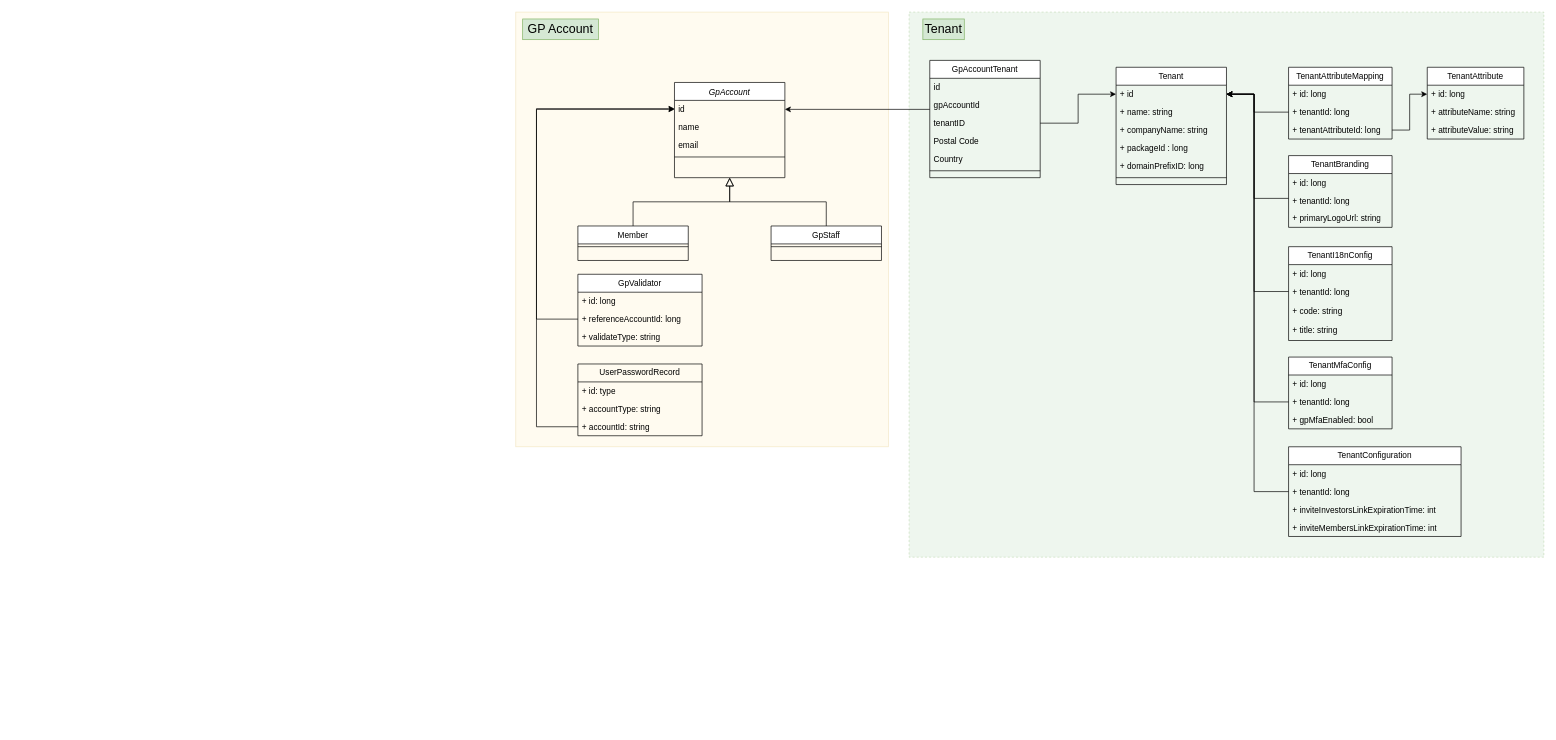
Earlier version of the draw.io diagram account.drawio (fast-dev/fast-dev.github.io). Source tidied: cells renumbered, new cells numbered last; positions are measured from the earlier drawing's top-left corner, leaving out a move shared by most shapes. Both pictures are drawn from the tidied source at 69%, with x=0, y=0 at pixel (515, 12).
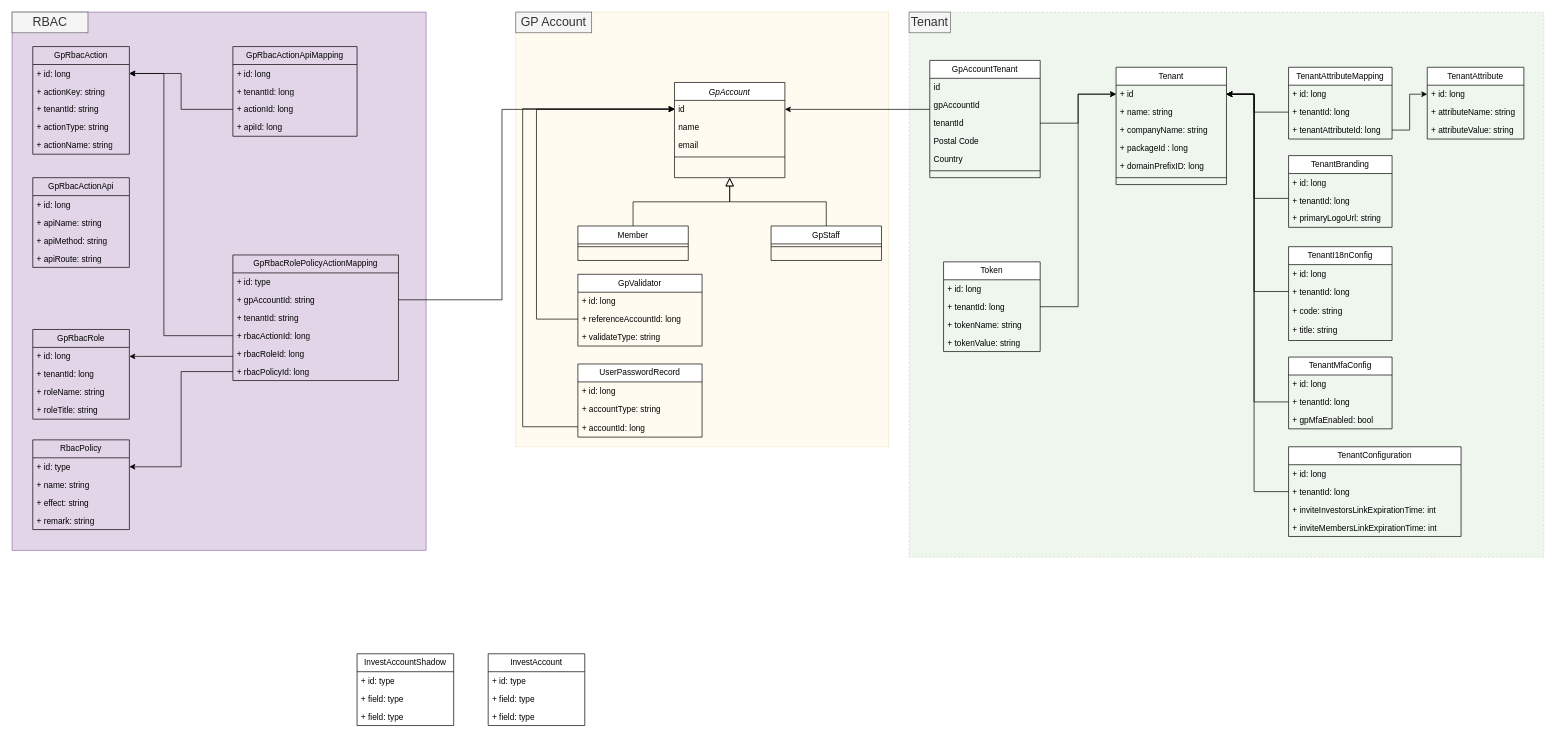
After the change.

Unchanged cells that the change refers to:
```xml
<mxCell id="5" value="id" style="text;align=left;verticalAlign=top;spacingLeft=4;spacingRight=4;overflow=hidden;points=[[0,0.5],[1,0.5]];portConstraint=eastwest;" parent="4" vertex="1">
  <mxGeometry y="26" width="160" height="26" as="geometry" />
</mxCell>
<mxCell id="15" value="GpAccountTenant" style="swimlane;fontStyle=0;align=center;verticalAlign=top;horizontal=1;startSize=26;rounded=0;shadow=0;strokeWidth=1;" parent="1" vertex="1">
  <mxGeometry x="600" y="70" width="160" height="170" as="geometry" />
</mxCell>
<mxCell id="23" value="+ id" style="text;align=left;verticalAlign=top;spacingLeft=4;spacingRight=4;overflow=hidden;points=[[0,0.5],[1,0.5]];portConstraint=eastwest;" parent="22" vertex="1">
  <mxGeometry y="26" width="160" height="26" as="geometry" />
</mxCell>
```

The edit, as a diff of the source:
```diff
@@
+    <mxCell id="75" style="rounded=0;whiteSpace=wrap;html=1;fillColor=#e1d5e7;strokeColor=#9673a6;" parent="1" vertex="1">
+      <mxGeometry x="-730" width="600" height="780" as="geometry" />
+    </mxCell>
@@
-    <mxCell id="18" value="tenantID" style="text;align=left;verticalAlign=top;spacingLeft=4;spacingRight=4;overflow=hidden;points=[[0,0.5],[1,0.5]];portConstraint=eastwest;rounded=0;shadow=0;html=0;" parent="15" vertex="1">
+    <mxCell id="18" value="tenantId" style="text;align=left;verticalAlign=top;spacingLeft=4;spacingRight=4;overflow=hidden;points=[[0,0.5],[1,0.5]];portConstraint=eastwest;rounded=0;shadow=0;html=0;" parent="15" vertex="1">
       <mxGeometry y="78" width="160" height="26" as="geometry" />
     </mxCell>
@@
-    <mxCell id="63" value="Tenant" style="text;html=1;strokeColor=#82b366;fillColor=#d5e8d4;align=center;verticalAlign=middle;whiteSpace=wrap;rounded=0;fontSize=18;" parent="1" vertex="1">
-      <mxGeometry x="590" y="10" width="60" height="30" as="geometry" />
+    <mxCell id="63" value="Tenant" style="text;html=1;strokeColor=#666666;fillColor=#f5f5f5;align=center;verticalAlign=middle;whiteSpace=wrap;rounded=0;fontSize=18;fontColor=#333333;" parent="1" vertex="1">
+      <mxGeometry x="570" width="60" height="30" as="geometry" />
     </mxCell>
-    <mxCell id="64" value="GP Account" style="text;html=1;strokeColor=#82b366;fillColor=#d5e8d4;align=center;verticalAlign=middle;whiteSpace=wrap;rounded=0;fontSize=18;" parent="1" vertex="1">
-      <mxGeometry x="10" y="10" width="110" height="30" as="geometry" />
+    <mxCell id="64" value="GP Account" style="text;html=1;strokeColor=#666666;fillColor=#f5f5f5;align=center;verticalAlign=middle;whiteSpace=wrap;rounded=0;fontSize=18;fontColor=#333333;" parent="1" vertex="1">
+      <mxGeometry width="110" height="30" as="geometry" />
     </mxCell>
@@
-    <mxCell id="70" value="UserPasswordRecord" style="swimlane;fontStyle=0;horizontal=1;startSize=26;fillColor=none;whiteSpace=wrap;html=1;" parent="1" vertex="1">
-      <mxGeometry x="90" y="510" width="180" height="104" as="geometry" />
+    <mxCell id="70" value="UserPasswordRecord" style="swimlane;fontStyle=0;horizontal=1;startSize=26;whiteSpace=wrap;html=1;" parent="1" vertex="1">
+      <mxGeometry x="90" y="510" width="180" height="106" as="geometry" />
     </mxCell>
-    <mxCell id="71" value="+ id: type" style="text;strokeColor=none;fillColor=none;align=left;verticalAlign=top;spacingLeft=4;spacingRight=4;overflow=hidden;whiteSpace=wrap;html=1;" parent="70" vertex="1">
+    <mxCell id="71" value="+ id: long" style="text;strokeColor=none;fillColor=none;align=left;verticalAlign=top;spacingLeft=4;spacingRight=4;overflow=hidden;whiteSpace=wrap;html=1;" parent="70" vertex="1">
       <mxGeometry y="26" width="180" height="26" as="geometry" />
     </mxCell>
     <mxCell id="72" value="+ accountType: string" style="text;strokeColor=none;fillColor=none;align=left;verticalAlign=top;spacingLeft=4;spacingRight=4;overflow=hidden;whiteSpace=wrap;html=1;" parent="70" vertex="1">
-      <mxGeometry y="52" width="180" height="26" as="geometry" />
+      <mxGeometry y="52" width="180" height="28" as="geometry" />
     </mxCell>
-    <mxCell id="73" value="+ accountId: string" style="text;strokeColor=none;fillColor=none;align=left;verticalAlign=top;spacingLeft=4;spacingRight=4;overflow=hidden;points=[[0,0.5],[1,0.5]];portConstraint=eastwest;whiteSpace=wrap;html=1;" parent="70" vertex="1">
-      <mxGeometry y="78" width="180" height="26" as="geometry" />
+    <mxCell id="73" value="+ accountId: long" style="text;strokeColor=none;fillColor=none;align=left;verticalAlign=top;spacingLeft=4;spacingRight=4;overflow=hidden;points=[[0,0.5],[1,0.5]];portConstraint=eastwest;whiteSpace=wrap;html=1;" parent="70" vertex="1">
+      <mxGeometry y="80" width="180" height="26" as="geometry" />
     </mxCell>
     <mxCell id="74" style="edgeStyle=orthogonalEdgeStyle;rounded=0;jettySize=auto;html=1;" parent="1" edge="1" source="73" target="5">
       <mxGeometry relative="1" as="geometry">
         <Array as="points">
-          <mxPoint x="30" y="601" />
-          <mxPoint x="30" y="140" />
+          <mxPoint x="10" y="601" />
+          <mxPoint x="10" y="140" />
         </Array>
       </mxGeometry>
     </mxCell>
+    <mxCell id="76" value="GpRbacAction" style="swimlane;fontStyle=0;horizontal=1;startSize=26;fillColor=none;whiteSpace=wrap;html=1;" parent="1" vertex="1">
+      <mxGeometry x="-700" y="50" width="140" height="156" as="geometry" />
+    </mxCell>
+    <mxCell id="77" value="+ id: long" style="text;strokeColor=none;fillColor=none;align=left;verticalAlign=top;spacingLeft=4;spacingRight=4;overflow=hidden;points=[[0,0.5],[1,0.5]];portConstraint=eastwest;whiteSpace=wrap;html=1;" parent="76" vertex="1">
+      <mxGeometry y="26" width="140" height="26" as="geometry" />
+    </mxCell>
+    <mxCell id="78" value="+ actionKey: string" style="text;strokeColor=none;fillColor=none;align=left;verticalAlign=top;spacingLeft=4;spacingRight=4;overflow=hidden;whiteSpace=wrap;html=1;" parent="76" vertex="1">
+      <mxGeometry y="52" width="140" height="26" as="geometry" />
+    </mxCell>
+    <mxCell id="79" value="+ tenantId: string" style="text;strokeColor=none;fillColor=none;align=left;verticalAlign=top;spacingLeft=4;spacingRight=4;overflow=hidden;whiteSpace=wrap;html=1;" parent="76" vertex="1">
+      <mxGeometry y="78" width="140" height="26" as="geometry" />
+    </mxCell>
+    <mxCell id="80" value="+ actionType: string" style="text;strokeColor=none;fillColor=none;align=left;verticalAlign=top;spacingLeft=4;spacingRight=4;overflow=hidden;whiteSpace=wrap;html=1;" parent="76" vertex="1">
+      <mxGeometry y="104" width="140" height="26" as="geometry" />
+    </mxCell>
+    <mxCell id="81" value="+ actionName: string" style="text;strokeColor=none;fillColor=none;align=left;verticalAlign=top;spacingLeft=4;spacingRight=4;overflow=hidden;whiteSpace=wrap;html=1;" parent="76" vertex="1">
+      <mxGeometry y="130" width="140" height="26" as="geometry" />
+    </mxCell>
+    <mxCell id="82" value="GpRbacRole" style="swimlane;fontStyle=0;horizontal=1;startSize=26;fillColor=none;whiteSpace=wrap;html=1;" parent="1" vertex="1">
+      <mxGeometry x="-700" y="460" width="140" height="130" as="geometry" />
+    </mxCell>
+    <mxCell id="83" value="+ id: long" style="text;strokeColor=none;fillColor=none;align=left;verticalAlign=top;spacingLeft=4;spacingRight=4;overflow=hidden;points=[[0,0.5],[1,0.5]];portConstraint=eastwest;whiteSpace=wrap;html=1;" parent="82" vertex="1">
+      <mxGeometry y="26" width="140" height="26" as="geometry" />
+    </mxCell>
+    <mxCell id="84" value="+ tenantId: long" style="text;strokeColor=none;fillColor=none;align=left;verticalAlign=top;spacingLeft=4;spacingRight=4;overflow=hidden;whiteSpace=wrap;html=1;" parent="82" vertex="1">
+      <mxGeometry y="52" width="140" height="26" as="geometry" />
+    </mxCell>
+    <mxCell id="85" value="+ roleName: string" style="text;strokeColor=none;fillColor=none;align=left;verticalAlign=top;spacingLeft=4;spacingRight=4;overflow=hidden;whiteSpace=wrap;html=1;" parent="82" vertex="1">
+      <mxGeometry y="78" width="140" height="26" as="geometry" />
+    </mxCell>
+    <mxCell id="86" value="+ roleTitle: string" style="text;strokeColor=none;fillColor=none;align=left;verticalAlign=top;spacingLeft=4;spacingRight=4;overflow=hidden;whiteSpace=wrap;html=1;" parent="82" vertex="1">
+      <mxGeometry y="104" width="140" height="26" as="geometry" />
+    </mxCell>
+    <mxCell id="87" value="GpRbacActionApi" style="swimlane;fontStyle=0;horizontal=1;startSize=26;fillColor=none;whiteSpace=wrap;html=1;" parent="1" vertex="1">
+      <mxGeometry x="-700" y="240" width="140" height="130" as="geometry" />
+    </mxCell>
+    <mxCell id="88" value="+ id: long" style="text;strokeColor=none;fillColor=none;align=left;verticalAlign=top;spacingLeft=4;spacingRight=4;overflow=hidden;whiteSpace=wrap;html=1;" parent="87" vertex="1">
+      <mxGeometry y="26" width="140" height="26" as="geometry" />
+    </mxCell>
+    <mxCell id="89" value="+ apiName: string" style="text;strokeColor=none;fillColor=none;align=left;verticalAlign=top;spacingLeft=4;spacingRight=4;overflow=hidden;whiteSpace=wrap;html=1;" parent="87" vertex="1">
+      <mxGeometry y="52" width="140" height="26" as="geometry" />
+    </mxCell>
+    <mxCell id="90" value="+ apiMethod: string" style="text;strokeColor=none;fillColor=none;align=left;verticalAlign=top;spacingLeft=4;spacingRight=4;overflow=hidden;whiteSpace=wrap;html=1;" parent="87" vertex="1">
+      <mxGeometry y="78" width="140" height="26" as="geometry" />
+    </mxCell>
+    <mxCell id="91" value="+ apiRoute: string" style="text;strokeColor=none;fillColor=none;align=left;verticalAlign=top;spacingLeft=4;spacingRight=4;overflow=hidden;whiteSpace=wrap;html=1;" parent="87" vertex="1">
+      <mxGeometry y="104" width="140" height="26" as="geometry" />
+    </mxCell>
+    <mxCell id="92" value="GpRbacActionApiMapping" style="swimlane;fontStyle=0;horizontal=1;startSize=26;fillColor=none;whiteSpace=wrap;html=1;" parent="1" vertex="1">
+      <mxGeometry x="-410" y="50" width="180" height="130" as="geometry" />
+    </mxCell>
+    <mxCell id="93" value="+ id: long" style="text;strokeColor=none;fillColor=none;align=left;verticalAlign=top;spacingLeft=4;spacingRight=4;overflow=hidden;whiteSpace=wrap;html=1;" parent="92" vertex="1">
+      <mxGeometry y="26" width="180" height="26" as="geometry" />
+    </mxCell>
+    <mxCell id="94" value="+ tenantId: long" style="text;strokeColor=none;fillColor=none;align=left;verticalAlign=top;spacingLeft=4;spacingRight=4;overflow=hidden;whiteSpace=wrap;html=1;" parent="92" vertex="1">
+      <mxGeometry y="52" width="180" height="26" as="geometry" />
+    </mxCell>
+    <mxCell id="95" value="+ actionId: long" style="text;strokeColor=none;fillColor=none;align=left;verticalAlign=top;spacingLeft=4;spacingRight=4;overflow=hidden;points=[[0,0.5],[1,0.5]];portConstraint=eastwest;whiteSpace=wrap;html=1;" parent="92" vertex="1">
+      <mxGeometry y="78" width="180" height="26" as="geometry" />
+    </mxCell>
+    <mxCell id="96" value="+ apiId: long" style="text;strokeColor=none;fillColor=none;align=left;verticalAlign=top;spacingLeft=4;spacingRight=4;overflow=hidden;whiteSpace=wrap;html=1;" parent="92" vertex="1">
+      <mxGeometry y="104" width="180" height="26" as="geometry" />
+    </mxCell>
+    <mxCell id="97" value="GpRbacRolePolicyActionMapping" style="swimlane;fontStyle=0;horizontal=1;startSize=26;fillColor=none;whiteSpace=wrap;html=1;" parent="1" vertex="1">
+      <mxGeometry x="-410" y="352" width="240" height="182" as="geometry" />
+    </mxCell>
+    <mxCell id="98" value="+ id: type" style="text;strokeColor=none;fillColor=none;align=left;verticalAlign=top;spacingLeft=4;spacingRight=4;overflow=hidden;whiteSpace=wrap;html=1;" parent="97" vertex="1">
+      <mxGeometry y="26" width="240" height="26" as="geometry" />
+    </mxCell>
+    <mxCell id="99" value="+ gpAccountId: string" style="text;strokeColor=none;fillColor=none;align=left;verticalAlign=top;spacingLeft=4;spacingRight=4;overflow=hidden;points=[[0,0.5],[1,0.5]];portConstraint=eastwest;whiteSpace=wrap;html=1;" parent="97" vertex="1">
+      <mxGeometry y="52" width="240" height="26" as="geometry" />
+    </mxCell>
+    <mxCell id="100" value="+ tenantId: string" style="text;strokeColor=none;fillColor=none;align=left;verticalAlign=top;spacingLeft=4;spacingRight=4;overflow=hidden;whiteSpace=wrap;html=1;" parent="97" vertex="1">
+      <mxGeometry y="78" width="240" height="26" as="geometry" />
+    </mxCell>
+    <mxCell id="101" value="+ rbacActionId: long" style="text;strokeColor=none;fillColor=none;align=left;verticalAlign=top;spacingLeft=4;spacingRight=4;overflow=hidden;points=[[0,0.5],[1,0.5]];portConstraint=eastwest;whiteSpace=wrap;html=1;" parent="97" vertex="1">
+      <mxGeometry y="104" width="240" height="26" as="geometry" />
+    </mxCell>
+    <mxCell id="102" value="+ rbacRoleId: long" style="text;strokeColor=none;fillColor=none;align=left;verticalAlign=top;spacingLeft=4;spacingRight=4;overflow=hidden;points=[[0,0.5],[1,0.5]];portConstraint=eastwest;whiteSpace=wrap;html=1;" parent="97" vertex="1">
+      <mxGeometry y="130" width="240" height="26" as="geometry" />
+    </mxCell>
+    <mxCell id="103" value="+ rbacPolicyId: long" style="text;strokeColor=none;fillColor=none;align=left;verticalAlign=top;spacingLeft=4;spacingRight=4;overflow=hidden;points=[[0,0.5],[1,0.5]];portConstraint=eastwest;whiteSpace=wrap;html=1;" parent="97" vertex="1">
+      <mxGeometry y="156" width="240" height="26" as="geometry" />
+    </mxCell>
+    <mxCell id="104" style="edgeStyle=orthogonalEdgeStyle;rounded=0;jettySize=auto;html=1;entryX=1;entryY=0.5;entryDx=0;entryDy=0;" parent="1" edge="1" source="102" target="83">
+      <mxGeometry relative="1" as="geometry">
+        <Array as="points">
+          <mxPoint x="-540" y="499" />
+          <mxPoint x="-540" y="499" />
+        </Array>
+      </mxGeometry>
+    </mxCell>
+    <mxCell id="105" value="RbacPolicy" style="swimlane;fontStyle=0;horizontal=1;startSize=26;fillColor=none;whiteSpace=wrap;html=1;" parent="1" vertex="1">
+      <mxGeometry x="-700" y="620" width="140" height="130" as="geometry" />
+    </mxCell>
+    <mxCell id="106" value="+ id: type" style="text;strokeColor=none;fillColor=none;align=left;verticalAlign=top;spacingLeft=4;spacingRight=4;overflow=hidden;points=[[0,0.5],[1,0.5]];portConstraint=eastwest;whiteSpace=wrap;html=1;" parent="105" vertex="1">
+      <mxGeometry y="26" width="140" height="26" as="geometry" />
+    </mxCell>
+    <mxCell id="107" value="+ name: string" style="text;strokeColor=none;fillColor=none;align=left;verticalAlign=top;spacingLeft=4;spacingRight=4;overflow=hidden;whiteSpace=wrap;html=1;" parent="105" vertex="1">
+      <mxGeometry y="52" width="140" height="26" as="geometry" />
+    </mxCell>
+    <mxCell id="108" value="+ effect: string" style="text;strokeColor=none;fillColor=none;align=left;verticalAlign=top;spacingLeft=4;spacingRight=4;overflow=hidden;whiteSpace=wrap;html=1;" parent="105" vertex="1">
+      <mxGeometry y="78" width="140" height="26" as="geometry" />
+    </mxCell>
+    <mxCell id="109" value="+ remark: string" style="text;strokeColor=none;fillColor=none;align=left;verticalAlign=top;spacingLeft=4;spacingRight=4;overflow=hidden;whiteSpace=wrap;html=1;" parent="105" vertex="1">
+      <mxGeometry y="104" width="140" height="26" as="geometry" />
+    </mxCell>
+    <mxCell id="110" style="edgeStyle=orthogonalEdgeStyle;rounded=0;jettySize=auto;html=1;entryX=1;entryY=0.5;entryDx=0;entryDy=0;" parent="1" edge="1" source="103" target="106">
+      <mxGeometry relative="1" as="geometry" />
+    </mxCell>
+    <mxCell id="111" style="edgeStyle=orthogonalEdgeStyle;rounded=0;jettySize=auto;html=1;entryX=1;entryY=0.5;entryDx=0;entryDy=0;" parent="1" edge="1" source="101" target="77">
+      <mxGeometry relative="1" as="geometry">
+        <Array as="points">
+          <mxPoint x="-510" y="469" />
+          <mxPoint x="-510" y="89" />
+        </Array>
+      </mxGeometry>
+    </mxCell>
+    <mxCell id="112" style="edgeStyle=orthogonalEdgeStyle;rounded=0;jettySize=auto;html=1;entryX=1;entryY=0.5;entryDx=0;entryDy=0;" parent="1" edge="1" source="95" target="77">
+      <mxGeometry relative="1" as="geometry">
+        <Array as="points">
+          <mxPoint x="-485" y="141" />
+          <mxPoint x="-485" y="89" />
+        </Array>
+      </mxGeometry>
+    </mxCell>
+    <mxCell id="113" style="edgeStyle=orthogonalEdgeStyle;rounded=0;jettySize=auto;html=1;entryX=0;entryY=0.5;entryDx=0;entryDy=0;" parent="1" edge="1" source="99" target="5">
+      <mxGeometry relative="1" as="geometry">
+        <Array as="points">
+          <mxPoint x="-20" y="417" />
+          <mxPoint x="-20" y="141" />
+        </Array>
+      </mxGeometry>
+    </mxCell>
+    <mxCell id="114" value="RBAC" style="text;html=1;align=center;verticalAlign=middle;whiteSpace=wrap;rounded=0;fontSize=18;fillColor=#f5f5f5;fontColor=#333333;strokeColor=#666666;" parent="1" vertex="1">
+      <mxGeometry x="-730" width="110" height="30" as="geometry" />
+    </mxCell>
+    <mxCell id="115" value="Token" style="swimlane;fontStyle=0;horizontal=1;startSize=26;whiteSpace=wrap;html=1;" parent="1" vertex="1">
+      <mxGeometry x="620" y="362" width="140" height="130" as="geometry" />
+    </mxCell>
+    <mxCell id="116" value="+ id: long" style="text;strokeColor=none;fillColor=none;align=left;verticalAlign=top;spacingLeft=4;spacingRight=4;overflow=hidden;whiteSpace=wrap;html=1;" parent="115" vertex="1">
+      <mxGeometry y="26" width="140" height="26" as="geometry" />
+    </mxCell>
+    <mxCell id="117" value="+ tenantId: long" style="text;strokeColor=none;fillColor=none;align=left;verticalAlign=top;spacingLeft=4;spacingRight=4;overflow=hidden;points=[[0,0.5],[1,0.5]];portConstraint=eastwest;whiteSpace=wrap;html=1;" parent="115" vertex="1">
+      <mxGeometry y="52" width="140" height="26" as="geometry" />
+    </mxCell>
+    <mxCell id="118" value="+ tokenName: string" style="text;strokeColor=none;fillColor=none;align=left;verticalAlign=top;spacingLeft=4;spacingRight=4;overflow=hidden;whiteSpace=wrap;html=1;" parent="115" vertex="1">
+      <mxGeometry y="78" width="140" height="26" as="geometry" />
+    </mxCell>
+    <mxCell id="119" value="+ tokenValue: string" style="text;strokeColor=none;fillColor=none;align=left;verticalAlign=top;spacingLeft=4;spacingRight=4;overflow=hidden;whiteSpace=wrap;html=1;" parent="115" vertex="1">
+      <mxGeometry y="104" width="140" height="26" as="geometry" />
+    </mxCell>
+    <mxCell id="120" style="edgeStyle=orthogonalEdgeStyle;rounded=0;jettySize=auto;html=1;entryX=0;entryY=0.5;entryDx=0;entryDy=0;" parent="1" edge="1" source="117" target="23">
+      <mxGeometry relative="1" as="geometry" />
+    </mxCell>
+    <mxCell id="121" value="InvestAccount" style="swimlane;fontStyle=0;horizontal=1;startSize=26;fillColor=none;whiteSpace=wrap;html=1;" parent="1" vertex="1">
+      <mxGeometry x="-40" y="930" width="140" height="104" as="geometry" />
+    </mxCell>
+    <mxCell id="122" value="+ id: type" style="text;strokeColor=none;fillColor=none;align=left;verticalAlign=top;spacingLeft=4;spacingRight=4;overflow=hidden;whiteSpace=wrap;html=1;" parent="121" vertex="1">
+      <mxGeometry y="26" width="140" height="26" as="geometry" />
+    </mxCell>
+    <mxCell id="123" value="+ field: type" style="text;strokeColor=none;fillColor=none;align=left;verticalAlign=top;spacingLeft=4;spacingRight=4;overflow=hidden;whiteSpace=wrap;html=1;" parent="121" vertex="1">
+      <mxGeometry y="52" width="140" height="26" as="geometry" />
+    </mxCell>
+    <mxCell id="124" value="+ field: type" style="text;strokeColor=none;fillColor=none;align=left;verticalAlign=top;spacingLeft=4;spacingRight=4;overflow=hidden;whiteSpace=wrap;html=1;" parent="121" vertex="1">
+      <mxGeometry y="78" width="140" height="26" as="geometry" />
+    </mxCell>
+    <mxCell id="125" value="InvestAccountShadow" style="swimlane;fontStyle=0;horizontal=1;startSize=26;fillColor=none;whiteSpace=wrap;html=1;" parent="1" vertex="1">
+      <mxGeometry x="-230" y="930" width="140" height="104" as="geometry" />
+    </mxCell>
+    <mxCell id="126" value="+ id: type" style="text;strokeColor=none;fillColor=none;align=left;verticalAlign=top;spacingLeft=4;spacingRight=4;overflow=hidden;whiteSpace=wrap;html=1;" parent="125" vertex="1">
+      <mxGeometry y="26" width="140" height="26" as="geometry" />
+    </mxCell>
+    <mxCell id="127" value="+ field: type" style="text;strokeColor=none;fillColor=none;align=left;verticalAlign=top;spacingLeft=4;spacingRight=4;overflow=hidden;whiteSpace=wrap;html=1;" parent="125" vertex="1">
+      <mxGeometry y="52" width="140" height="26" as="geometry" />
+    </mxCell>
+    <mxCell id="128" value="+ field: type" style="text;strokeColor=none;fillColor=none;align=left;verticalAlign=top;spacingLeft=4;spacingRight=4;overflow=hidden;whiteSpace=wrap;html=1;" parent="125" vertex="1">
+      <mxGeometry y="78" width="140" height="26" as="geometry" />
+    </mxCell>
```
